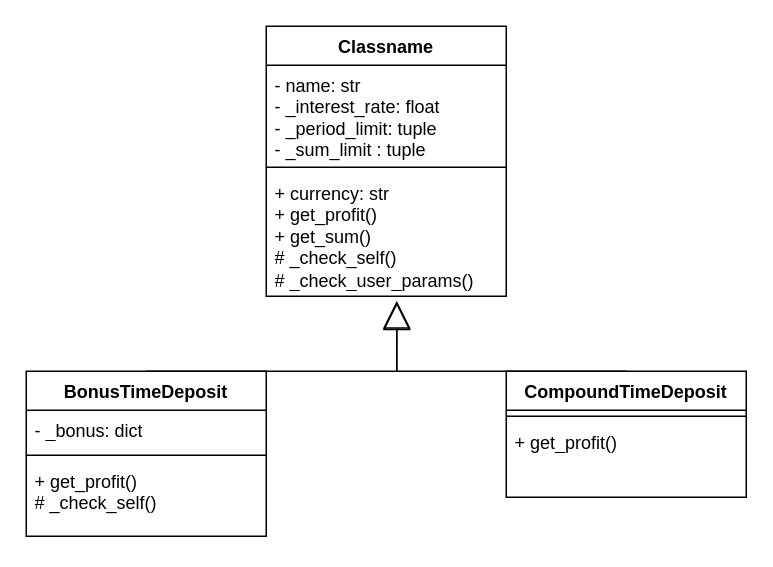
Before: Week4/oop_lr01_task_04_03_03/04.03.03.drawio in dimain1/pizh2321_chernikov, a draw.io diagram. Source tidied: cells renumbered, new cells numbered last; positions are measured from the earlier drawing's top-left corner, leaving out a move shared by most shapes. Both pictures are drawn from the tidied source at 150%, with x=0, y=0 at pixel (26, 26).
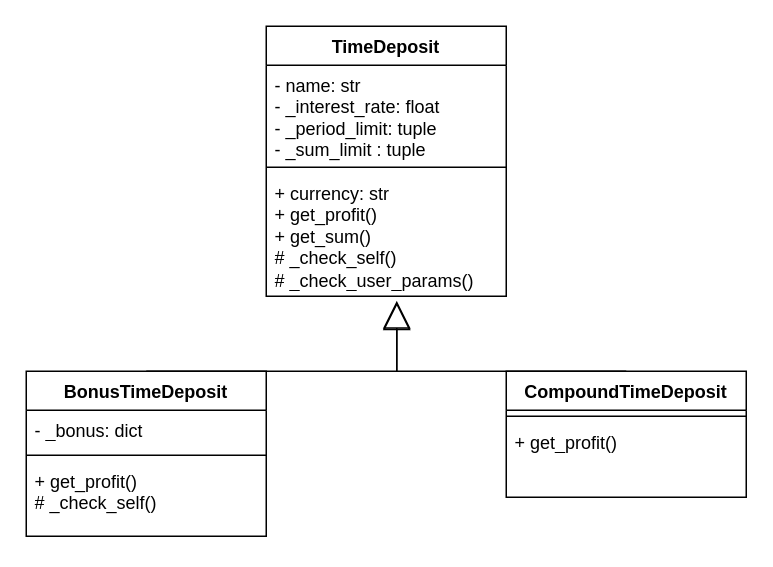
After the change.

The edit, as a diff of the source:
```diff
@@
 <mxGraphModel>
   <root>
     <mxCell id="0" />
     <mxCell id="1" parent="0" />
-    <mxCell id="2" value="Classname" style="swimlane;fontStyle=1;align=center;verticalAlign=top;horizontal=1;startSize=26;whiteSpace=wrap;html=1;" parent="1" vertex="1">
+    <mxCell id="2" value="TimeDeposit" style="swimlane;fontStyle=1;align=center;verticalAlign=top;horizontal=1;startSize=26;whiteSpace=wrap;html=1;" parent="1" vertex="1">
       <mxGeometry x="160" width="160" height="180" as="geometry" />
     </mxCell>
     <mxCell id="3" value="- name: str&lt;div&gt;- _interest_rate: float&lt;/div&gt;&lt;div&gt;- _period_limit: tuple&lt;/div&gt;&lt;div&gt;- _sum_limit : tuple&lt;/div&gt;" style="text;strokeColor=none;fillColor=none;align=left;verticalAlign=top;spacingLeft=4;spacingRight=4;overflow=hidden;whiteSpace=wrap;html=1;" parent="2" vertex="1">
       <mxGeometry y="26" width="160" height="64" as="geometry" />
     </mxCell>
     <mxCell id="4" style="line;strokeWidth=1;fillColor=none;align=left;verticalAlign=middle;spacingTop=-1;spacingLeft=3;spacingRight=3;labelPosition=right;strokeColor=inherit;" parent="2" vertex="1">
       <mxGeometry y="90" width="160" height="8" as="geometry" />
     </mxCell>
     <mxCell id="5" value="+ currency: str&lt;div&gt;+ get_profit()&lt;/div&gt;&lt;div&gt;+ get_sum()&lt;/div&gt;&lt;div&gt;# _check_self()&lt;/div&gt;&lt;div&gt;# _check_user_params()&lt;/div&gt;" style="text;strokeColor=none;fillColor=none;align=left;verticalAlign=top;spacingLeft=4;spacingRight=4;overflow=hidden;points=[[0,0.5],[1,0.5]];portConstraint=eastwest;whiteSpace=wrap;html=1;" parent="2" vertex="1">
       <mxGeometry y="98" width="160" height="82" as="geometry" />
     </mxCell>
     <mxCell id="6" value="BonusTimeDeposit" style="swimlane;fontStyle=1;align=center;verticalAlign=top;horizontal=1;startSize=26;whiteSpace=wrap;html=1;" parent="1" vertex="1">
       <mxGeometry y="230" width="160" height="110" as="geometry" />
     </mxCell>
     <mxCell id="7" value="- _bonus: dict" style="text;strokeColor=none;fillColor=none;align=left;verticalAlign=top;spacingLeft=4;spacingRight=4;overflow=hidden;whiteSpace=wrap;html=1;" parent="6" vertex="1">
       <mxGeometry y="26" width="160" height="26" as="geometry" />
     </mxCell>
     <mxCell id="8" style="line;strokeWidth=1;fillColor=none;align=left;verticalAlign=middle;spacingTop=-1;spacingLeft=3;spacingRight=3;labelPosition=right;strokeColor=inherit;" parent="6" vertex="1">
       <mxGeometry y="52" width="160" height="8" as="geometry" />
     </mxCell>
     <mxCell id="9" value="+ get_profit()&lt;div&gt;# _check_self()&lt;/div&gt;" style="text;strokeColor=none;fillColor=none;align=left;verticalAlign=top;spacingLeft=4;spacingRight=4;overflow=hidden;whiteSpace=wrap;html=1;" parent="6" vertex="1">
       <mxGeometry y="60" width="160" height="50" as="geometry" />
     </mxCell>
     <mxCell id="10" value="CompoundTimeDeposit" style="swimlane;fontStyle=1;align=center;verticalAlign=top;horizontal=1;startSize=26;whiteSpace=wrap;html=1;" parent="1" vertex="1">
       <mxGeometry x="320" y="230" width="160" height="84" as="geometry" />
     </mxCell>
     <mxCell id="11" style="line;strokeWidth=1;fillColor=none;align=left;verticalAlign=middle;spacingTop=-1;spacingLeft=3;spacingRight=3;labelPosition=right;strokeColor=inherit;" parent="10" vertex="1">
       <mxGeometry y="26" width="160" height="8" as="geometry" />
     </mxCell>
     <mxCell id="12" value="+ get_profit()" style="text;strokeColor=none;fillColor=none;align=left;verticalAlign=top;spacingLeft=4;spacingRight=4;overflow=hidden;whiteSpace=wrap;html=1;" parent="10" vertex="1">
       <mxGeometry y="34" width="160" height="50" as="geometry" />
     </mxCell>
     <mxCell id="13" style="endArrow=block;endSize=16;endFill=0;html=1;rounded=0;exitX=0.5;exitY=0;exitDx=0;exitDy=0;entryX=0.544;entryY=1.037;entryDx=0;entryDy=0;entryPerimeter=0;" parent="1" edge="1" source="6" target="5">
       <mxGeometry relative="1" as="geometry">
         <Array as="points">
           <mxPoint x="247" y="230" />
         </Array>
       </mxGeometry>
     </mxCell>
     <mxCell id="14" style="endArrow=block;endSize=16;endFill=0;html=1;rounded=0;exitX=0.5;exitY=0;exitDx=0;exitDy=0;entryX=0.544;entryY=1.049;entryDx=0;entryDy=0;entryPerimeter=0;" parent="1" edge="1" source="10" target="5">
       <mxGeometry relative="1" as="geometry">
         <Array as="points">
           <mxPoint x="247" y="230" />
         </Array>
       </mxGeometry>
     </mxCell>
   </root>
 </mxGraphModel>
```
